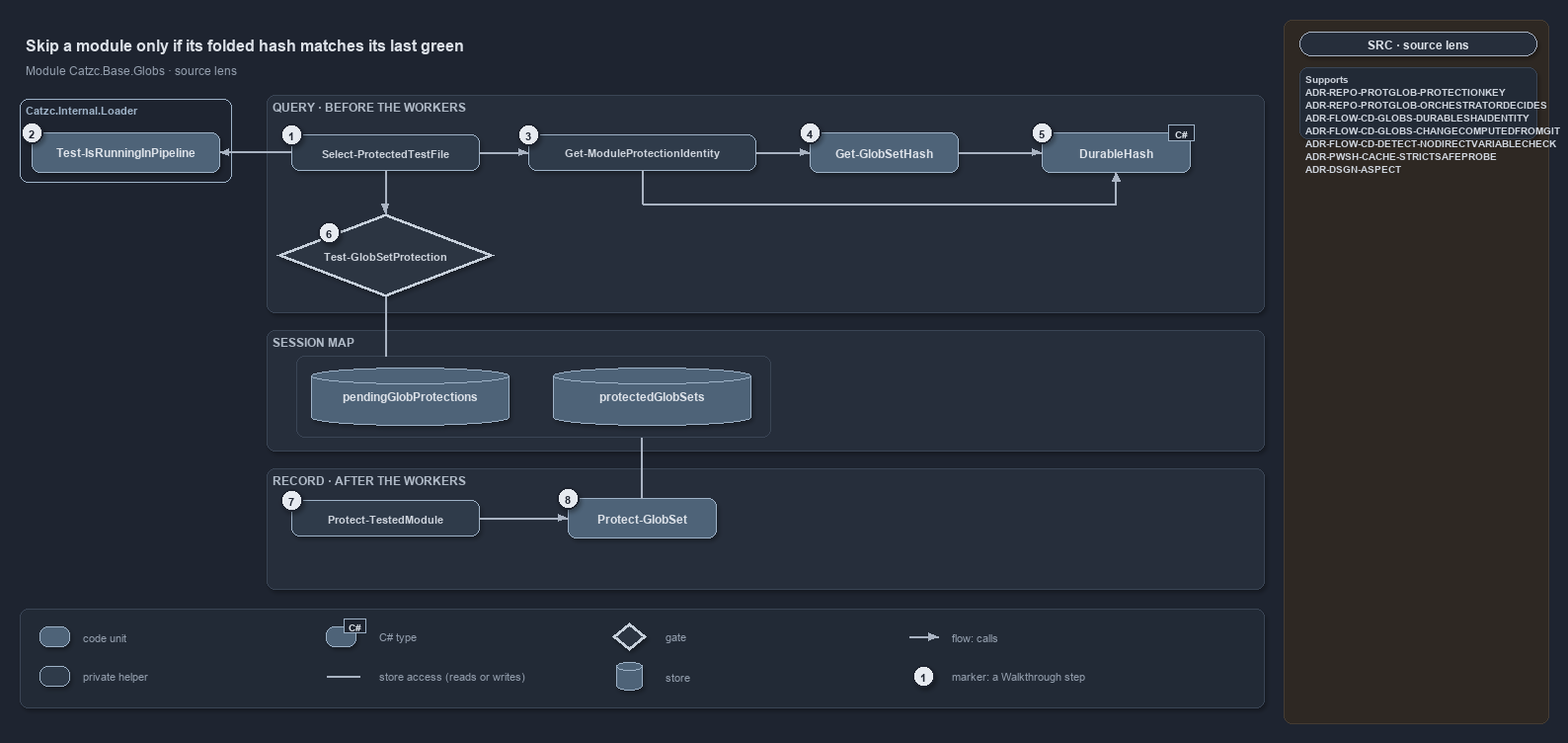
Above: docs/references/pwsh/.assets/protected-module-skip-by-hash/diagram.drawio.png in casperease/catzc (draw.io), before the change. Source tidied: cells renumbered, new cells last; positions are measured from the earlier drawing's top-left corner, leaving out a move shared by most shapes.
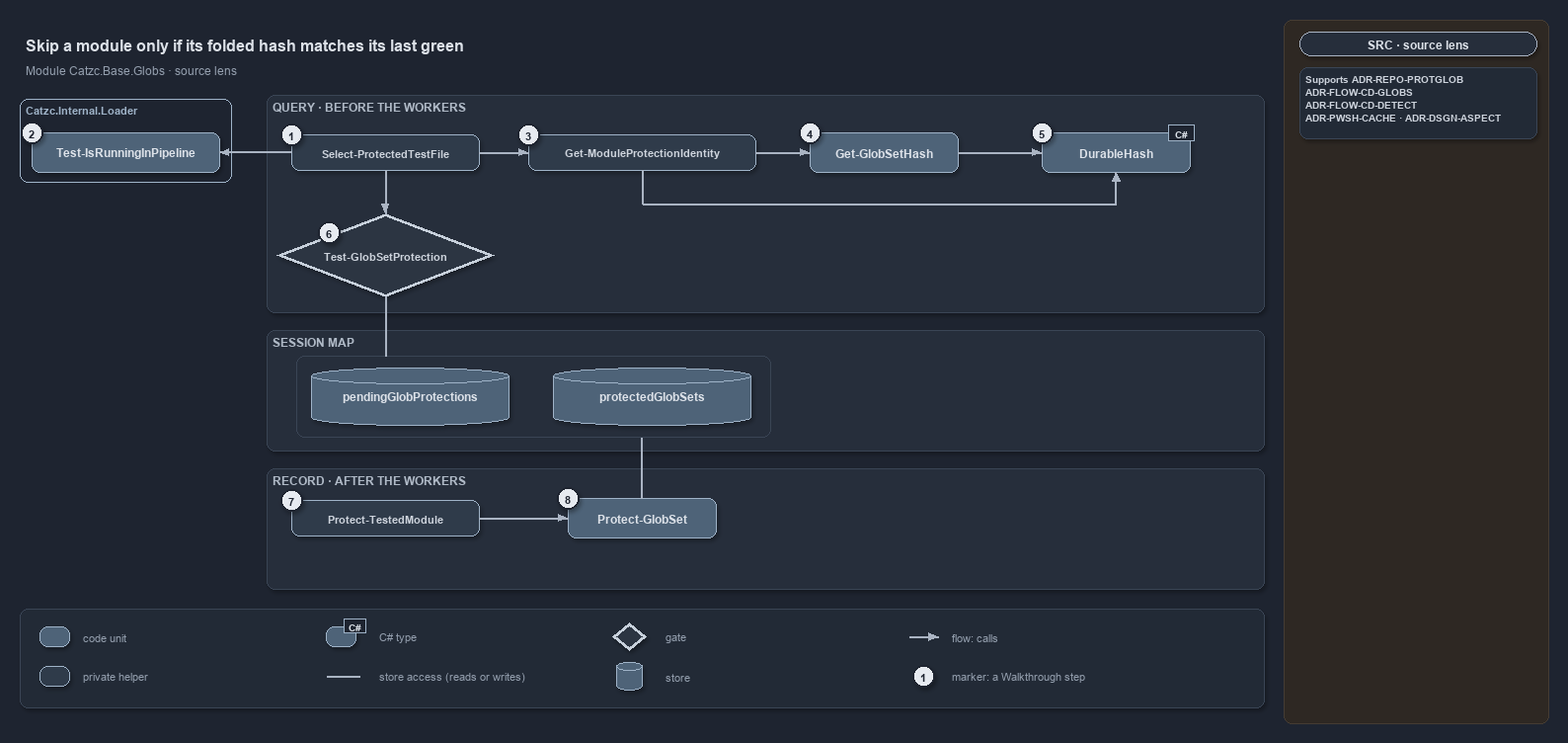
After the change.

Diff of the diagram source:
```diff
@@ -197,7 +197,7 @@
     <mxCell id="66" value="SRC · source lens" style="rounded=1;arcSize=50;whiteSpace=wrap;html=1;fillColor=#262E3B;strokeColor=#AAB4C3;fontColor=#DDE2E9;fontStyle=1;fontSize=12;" parent="1" vertex="1">
       <mxGeometry x="1296" y="12" width="240" height="24" as="geometry" />
     </mxCell>
-    <mxCell id="67" value="&lt;b&gt;Supports&lt;/b&gt;&lt;br&gt;ADR-REPO-PROTGLOB-PROTECTIONKEY&lt;br&gt;ADR-REPO-PROTGLOB-ORCHESTRATORDECIDES&lt;br&gt;ADR-FLOW-CD-GLOBS-DURABLESHAIDENTITY&lt;br&gt;ADR-FLOW-CD-GLOBS-CHANGECOMPUTEDFROMGIT&lt;br&gt;ADR-FLOW-CD-DETECT-NODIRECTVARIABLECHECK&lt;br&gt;ADR-PWSH-CACHE-STRICTSAFEPROBE&lt;br&gt;ADR-DSGN-ASPECT" style="rounded=1;arcSize=6;whiteSpace=wrap;html=1;align=left;verticalAlign=top;spacingLeft=6;fontSize=10.5;fontColor=#CDD3DC;fillColor=#222A36;strokeColor=#3A4555;" parent="1" vertex="1">
+    <mxCell id="67" value="&lt;b&gt;Supports&lt;/b&gt; ADR-REPO-PROTGLOB&lt;br&gt;ADR-FLOW-CD-GLOBS&lt;br&gt;ADR-FLOW-CD-DETECT&lt;br&gt;ADR-PWSH-CACHE &amp;#183; ADR-DSGN-ASPECT" style="rounded=1;arcSize=6;whiteSpace=wrap;html=1;align=left;verticalAlign=top;spacingLeft=6;fontSize=10.5;fontColor=#CDD3DC;fillColor=#222A36;strokeColor=#3A4555;" parent="1" vertex="1">
       <mxGeometry x="1296" y="48" width="240" height="72" as="geometry" />
     </mxCell>
   </root>
```
